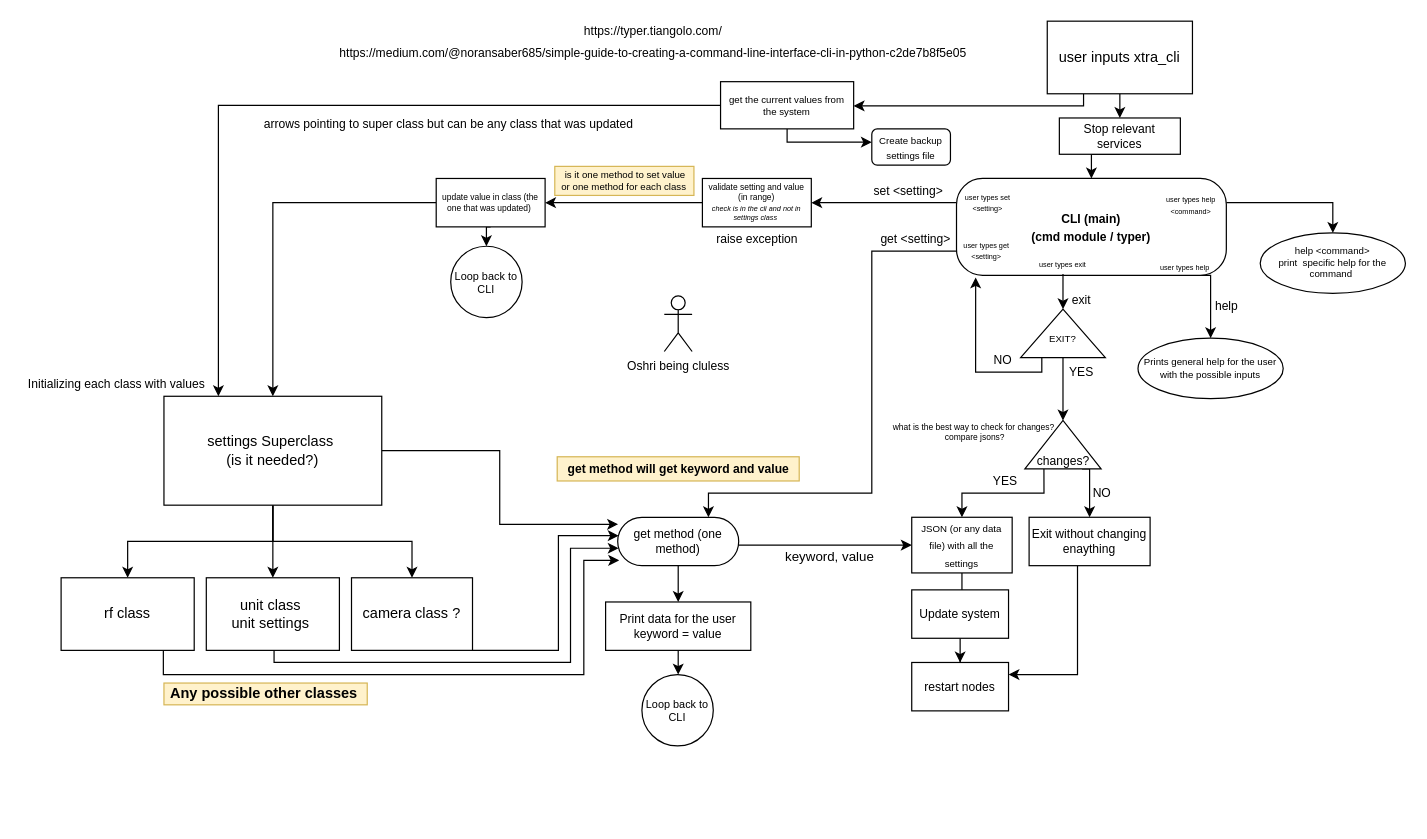
oshriNoN/Lessons keeps this draw.io diagram as cli/xtra_cli.drawio. Above is the earlier version. Source tidied: cells renumbered, new cells numbered last; positions are measured from the earlier drawing's top-left corner, leaving out a move shared by most shapes. Both pictures are drawn from the tidied source at 121%, with x=0, y=0 at pixel (21, 21).
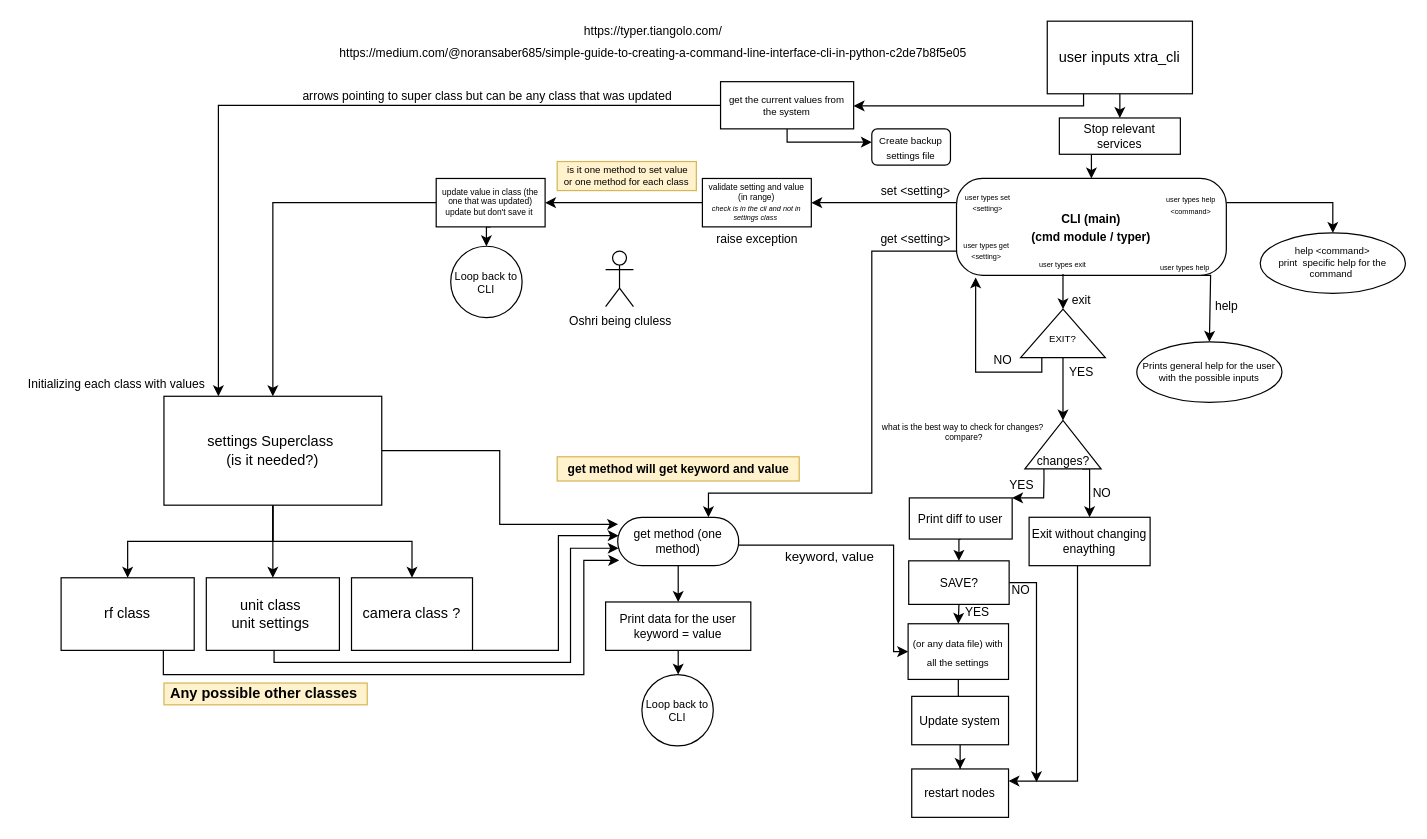
The same page after the edit.

The change refers to these unchanged cells:
```xml
<mxCell id="33" value="get method (one method)" style="whiteSpace=wrap;html=1;fontSize=10;rounded=1;glass=0;arcSize=50;" parent="1" vertex="1">
  <mxGeometry x="493" y="410" width="100" height="40" as="geometry" />
</mxCell>
<mxCell id="43" value="&lt;span style=&quot;font-size: 10px&quot;&gt;&lt;br&gt;&lt;br&gt;changes?&lt;br&gt;&lt;/span&gt;" style="triangle;whiteSpace=wrap;html=1;fontSize=11;rotation=0;strokeWidth=1;direction=north;flipH=0;verticalAlign=middle;horizontal=1;" parent="1" vertex="1">
  <mxGeometry x="829.5" y="330" width="63" height="40" as="geometry" />
</mxCell>
<mxCell id="46" value="Exit without changing enaything" style="whiteSpace=wrap;html=1;fontSize=10;strokeWidth=1;" parent="1" vertex="1">
  <mxGeometry x="833" y="410" width="100" height="40" as="geometry" />
</mxCell>
```

The edit, as a diff of the source:
```diff
@@
     <mxCell id="21" value="&lt;font style=&quot;font-size: 8px&quot;&gt;Prints general help for the user with the possible inputs&lt;/font&gt;" style="ellipse;whiteSpace=wrap;html=1;fontSize=8;" parent="1" vertex="1">
-      <mxGeometry x="923" y="262" width="120" height="50" as="geometry" />
+      <mxGeometry x="922" y="265" width="120" height="50" as="geometry" />
     </mxCell>
@@
-    <mxCell id="24" value="&lt;font style=&quot;font-size: 8px&quot;&gt;JSON (or any data file) with all the settings&lt;/font&gt;" style="whiteSpace=wrap;html=1;" parent="1" vertex="1">
-      <mxGeometry x="736" y="410" width="83" height="46" as="geometry" />
+    <mxCell id="24" value="&lt;font style=&quot;font-size: 8px&quot;&gt;(or any data file) with all the settings&lt;/font&gt;" style="whiteSpace=wrap;html=1;" parent="1" vertex="1">
+      <mxGeometry x="733" y="498" width="83" height="46" as="geometry" />
     </mxCell>
@@
     <mxCell id="26" value="Update system" style="whiteSpace=wrap;html=1;fontSize=10;" parent="1" vertex="1">
-      <mxGeometry x="736" y="470" width="80" height="40" as="geometry" />
+      <mxGeometry x="736" y="558" width="80" height="40" as="geometry" />
     </mxCell>
     <mxCell id="27" value="restart nodes" style="whiteSpace=wrap;html=1;fontSize=10;" parent="1" vertex="1">
-      <mxGeometry x="736" y="530" width="80" height="40" as="geometry" />
+      <mxGeometry x="736" y="618" width="80" height="40" as="geometry" />
     </mxCell>
@@
     <mxCell id="32" style="edgeStyle=orthogonalEdgeStyle;rounded=0;jettySize=auto;html=1;entryX=0;entryY=0.5;entryDx=0;entryDy=0;fontSize=10;" parent="1" edge="1" source="33" target="24">
       <mxGeometry relative="1" as="geometry">
         <Array as="points">
-          <mxPoint x="631" y="433" />
-          <mxPoint x="631" y="433" />
+          <mxPoint x="721" y="433" />
+          <mxPoint x="721" y="521" />
         </Array>
       </mxGeometry>
     </mxCell>
@@
-    <mxCell id="41" style="edgeStyle=orthogonalEdgeStyle;rounded=0;jettySize=auto;html=1;exitX=0;exitY=0.25;exitDx=0;exitDy=0;entryX=0.5;entryY=0;entryDx=0;entryDy=0;fontSize=10;" parent="1" edge="1" source="43" target="24">
-      <mxGeometry relative="1" as="geometry" />
-    </mxCell>
@@
+    <mxCell id="79" style="edgeStyle=orthogonalEdgeStyle;rounded=0;jettySize=auto;html=1;exitX=0;exitY=0.25;exitDx=0;exitDy=0;entryX=1;entryY=0;entryDx=0;entryDy=0;fontSize=10;" parent="1" edge="1" source="43" target="81">
+      <mxGeometry relative="1" as="geometry">
+        <Array as="points">
+          <mxPoint x="845" y="379" />
+          <mxPoint x="845" y="394" />
+        </Array>
+      </mxGeometry>
+    </mxCell>
@@
-    <mxCell id="44" value="YES" style="text;html=1;align=center;verticalAlign=middle;strokeColor=none;fillColor=none;fontSize=10;" parent="1" vertex="1">
-      <mxGeometry x="793" y="370" width="40" height="20" as="geometry" />
+    <mxCell id="44" value="YES&amp;nbsp;" style="text;html=1;align=center;verticalAlign=middle;strokeColor=none;fillColor=none;fontSize=10;" parent="1" vertex="1">
+      <mxGeometry x="811" y="375" width="33" height="16" as="geometry" />
     </mxCell>
     <mxCell id="45" style="edgeStyle=orthogonalEdgeStyle;rounded=0;jettySize=auto;html=1;entryX=1;entryY=0.25;entryDx=0;entryDy=0;fontSize=10;" parent="1" edge="1" source="46" target="27">
       <mxGeometry relative="1" as="geometry">
         <Array as="points">
-          <mxPoint x="873" y="540" />
+          <mxPoint x="873" y="628" />
         </Array>
       </mxGeometry>
     </mxCell>
@@
-    <mxCell id="59" value="update value in class (the one that was updated)&amp;nbsp;" style="whiteSpace=wrap;html=1;fontSize=7;strokeWidth=1;" parent="1" vertex="1">
+    <mxCell id="59" value="update value in class (the one that was updated)&lt;br&gt;update but don't save it&amp;nbsp;" style="whiteSpace=wrap;html=1;fontSize=7;strokeWidth=1;" parent="1" vertex="1">
       <mxGeometry x="343" y="130" width="90" height="40" as="geometry" />
     </mxCell>
-    <mxCell id="60" value="what is the best way to check for changes?&amp;nbsp;&lt;br&gt;compare jsons?" style="text;html=1;align=center;verticalAlign=middle;strokeColor=none;fillColor=none;fontSize=7;" parent="1" vertex="1">
-      <mxGeometry x="713" y="330" width="150" height="20" as="geometry" />
+    <mxCell id="60" value="what is the best way to check for changes?&amp;nbsp;&lt;br&gt;compare?" style="text;html=1;align=center;verticalAlign=middle;strokeColor=none;fillColor=none;fontSize=7;" parent="1" vertex="1">
+      <mxGeometry x="706" y="330" width="145" height="20" as="geometry" />
     </mxCell>
     <mxCell id="61" value="&lt;font style=&quot;font-size: 10px&quot;&gt;arrows pointing to super class but can be any class that was updated&lt;/font&gt;" style="text;html=1;align=center;verticalAlign=middle;strokeColor=none;fillColor=none;fontSize=7;" parent="1" vertex="1">
-      <mxGeometry x="193" y="80" width="320" height="10" as="geometry" />
+      <mxGeometry x="224.5" y="57" width="320" height="10" as="geometry" />
     </mxCell>
@@
     <mxCell id="69" value="set &amp;lt;setting&amp;gt;" style="text;html=1;align=center;verticalAlign=middle;strokeColor=none;fillColor=none;fontSize=10;" parent="1" vertex="1">
-      <mxGeometry x="698" y="130" width="70" height="20" as="geometry" />
+      <mxGeometry x="704" y="130" width="70" height="20" as="geometry" />
     </mxCell>
@@
     <mxCell id="71" value="Oshri being cluless" style="shape=umlActor;verticalLabelPosition=bottom;verticalAlign=top;html=1;rounded=1;glass=0;sketch=0;fontSize=10;strokeWidth=1;gradientColor=none;" parent="1" vertex="1">
-      <mxGeometry x="531.5" y="227" width="23" height="46" as="geometry" />
+      <mxGeometry x="483" y="190" width="23" height="46" as="geometry" />
     </mxCell>
@@
     <mxCell id="77" value="is it one method to set value &lt;br style=&quot;font-size: 8px;&quot;&gt;or one method for each class&amp;nbsp;" style="text;html=1;align=center;verticalAlign=middle;strokeColor=#d6b656;fillColor=#fff2cc;fontSize=8;" parent="1" vertex="1">
-      <mxGeometry x="441" y="120" width="115" height="24" as="geometry" />
+      <mxGeometry x="443" y="116" width="115" height="24" as="geometry" />
     </mxCell>
@@
+    <mxCell id="80" style="edgeStyle=orthogonalEdgeStyle;rounded=0;jettySize=auto;html=1;exitX=0.5;exitY=1;exitDx=0;exitDy=0;entryX=0.5;entryY=0;entryDx=0;entryDy=0;fontSize=10;" parent="1" edge="1" source="81" target="84">
+      <mxGeometry relative="1" as="geometry" />
+    </mxCell>
+    <mxCell id="81" value="Print diff to user" style="rounded=0;whiteSpace=wrap;html=1;glass=0;sketch=0;fontSize=10;strokeWidth=1;gradientColor=none;" parent="1" vertex="1">
+      <mxGeometry x="734" y="394" width="85" height="34" as="geometry" />
+    </mxCell>
+    <mxCell id="82" style="edgeStyle=orthogonalEdgeStyle;rounded=0;jettySize=auto;html=1;exitX=0.5;exitY=1;exitDx=0;exitDy=0;entryX=0.5;entryY=0;entryDx=0;entryDy=0;fontSize=10;" parent="1" edge="1" source="84" target="24">
+      <mxGeometry relative="1" as="geometry" />
+    </mxCell>
+    <mxCell id="83" style="edgeStyle=orthogonalEdgeStyle;rounded=0;jettySize=auto;html=1;fontSize=10;" parent="1" edge="1" source="84">
+      <mxGeometry relative="1" as="geometry">
+        <mxPoint x="839.1" y="628.9" as="targetPoint" />
+        <Array as="points">
+          <mxPoint x="839" y="464" />
+        </Array>
+      </mxGeometry>
+    </mxCell>
+    <mxCell id="84" value="SAVE?" style="rounded=0;whiteSpace=wrap;html=1;glass=0;sketch=0;fontSize=10;strokeWidth=1;gradientColor=none;" parent="1" vertex="1">
+      <mxGeometry x="733.5" y="446" width="83" height="36" as="geometry" />
+    </mxCell>
+    <mxCell id="85" value="NO" style="text;html=1;align=center;verticalAlign=middle;strokeColor=none;fillColor=none;fontSize=10;" parent="1" vertex="1">
+      <mxGeometry x="811" y="460" width="30" height="20" as="geometry" />
+    </mxCell>
+    <mxCell id="86" value="YES" style="text;html=1;align=center;verticalAlign=middle;strokeColor=none;fillColor=none;fontSize=10;" parent="1" vertex="1">
+      <mxGeometry x="775" y="480" width="30" height="16" as="geometry" />
+    </mxCell>
```
